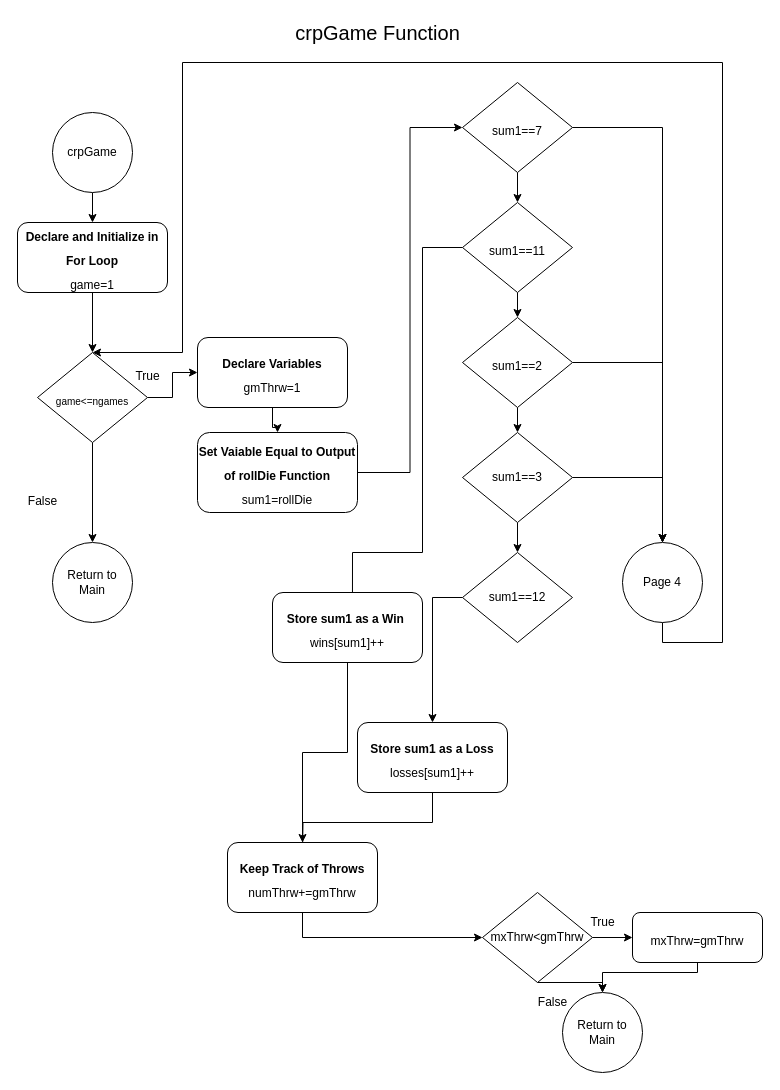
This is page "Page-3" (3 of 4) of Lab/Untitled Diagram.drawio from ce2791334/EnglandCody_CSC17A_49287, a draw.io file, before an edit. Source tidied: cells renumbered, new cells numbered last; positions are measured from the earlier drawing's top-left corner, leaving out a move shared by most shapes. Both pictures are drawn from the tidied source at 100%, with x=0, y=0 at pixel (17, 17).
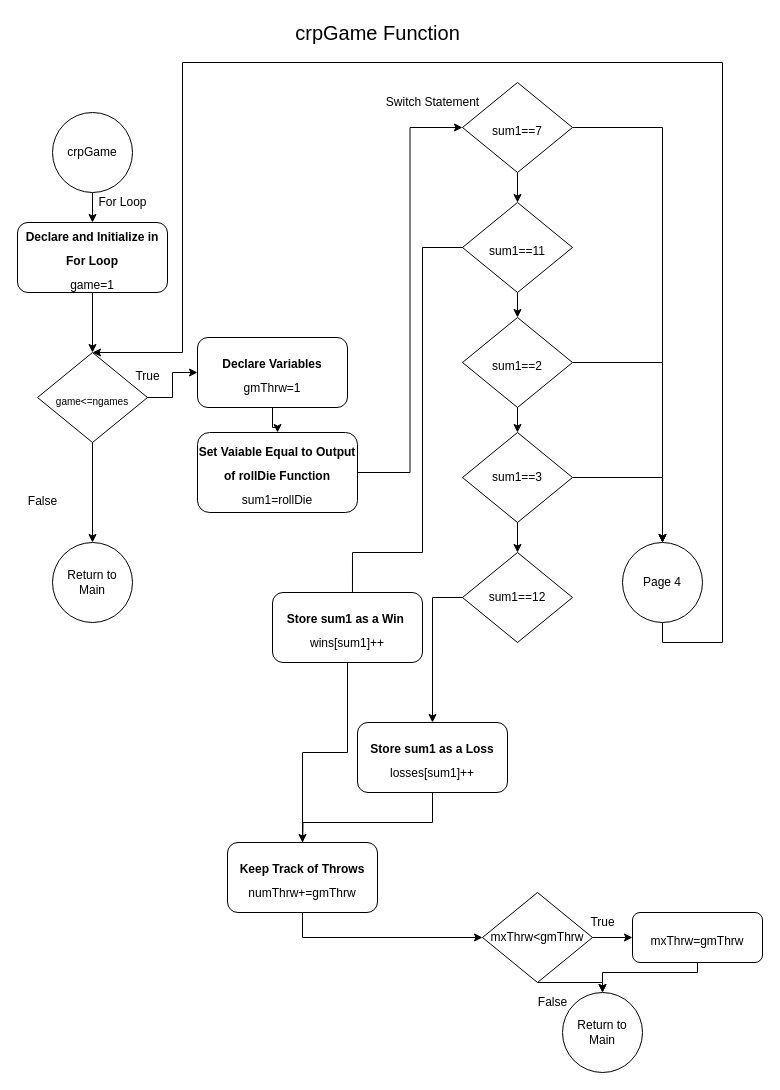
The same diagram, later.

The edit, as a diff of the source:
```diff
@@
+    <mxCell id="47" value="For Loop" style="text;html=1;align=center;verticalAlign=middle;fontSize=12;" parent="1" vertex="1">
+      <mxGeometry x="75" y="175" width="60" height="20" as="geometry" />
+    </mxCell>
+    <mxCell id="48" value="Switch Statement" style="text;html=1;align=center;verticalAlign=middle;fontSize=12;" parent="1" vertex="1">
+      <mxGeometry x="360" y="75" width="110" height="20" as="geometry" />
+    </mxCell>
```
